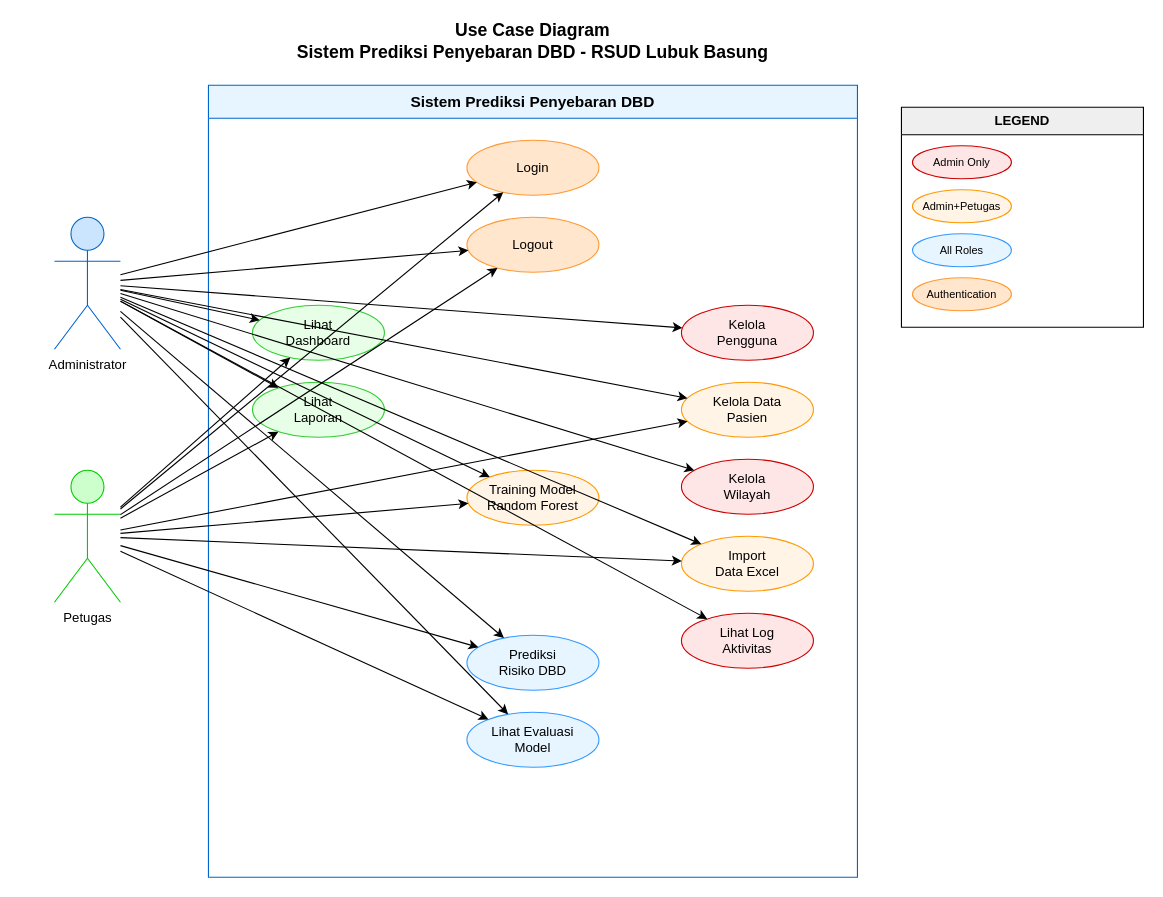
Above: Dokumen/UML/use_case_diagram.drawio in Suwardi87/prediksi-DBD (draw.io), before the change. Source tidied: cells renumbered, new cells numbered last; positions are measured from the earlier drawing's top-left corner, leaving out a move shared by most shapes. Both pictures are drawn from the tidied source at 110%, with x=0, y=0 at pixel (54, 19).
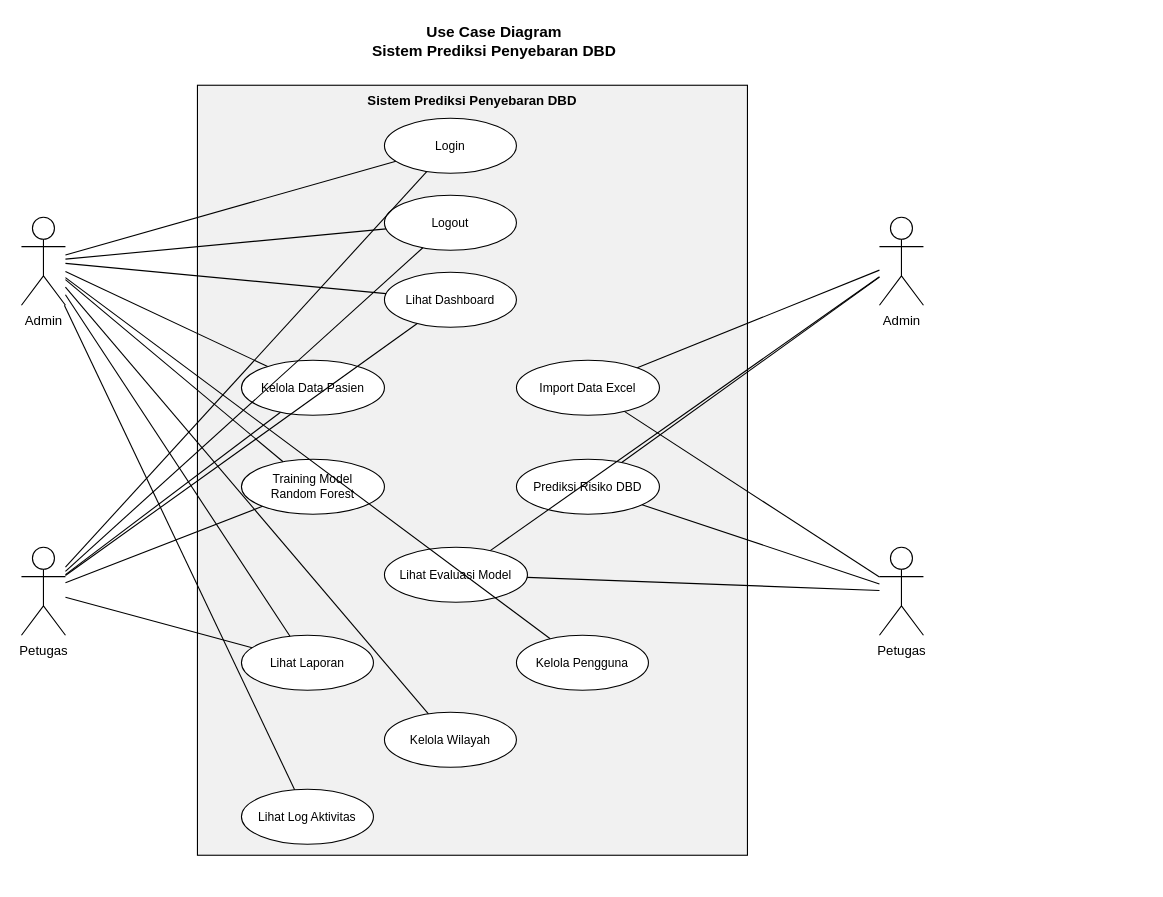
After the change.

The edit, as a diff of the source:
```diff
@@
-    <mxCell id="2" value="Use Case Diagram&#10;Sistem Prediksi Penyebaran DBD - RSUD Lubuk Basung" style="text;html=1;strokeColor=none;fillColor=none;align=center;verticalAlign=middle;whiteSpace=wrap;rounded=0;fontSize=16;fontStyle=1;" parent="1" vertex="1">
-      <mxGeometry x="170" width="530" height="40" as="geometry" />
+    <mxCell id="2" value="Use Case Diagram&#10;Sistem Prediksi Penyebaran DBD" style="text;html=1;strokeColor=none;fillColor=none;align=center;verticalAlign=middle;whiteSpace=wrap;rounded=0;fontSize=14;fontStyle=1;" parent="1" vertex="1">
+      <mxGeometry x="200" width="400" height="40" as="geometry" />
     </mxCell>
-    <mxCell id="3" value="Sistem Prediksi Penyebaran DBD" style="swimlane;whiteSpace=wrap;html=1;startSize=30;fillColor=#E6F5FF;strokeColor=#0066CC;fontSize=14;fontStyle=1;" parent="1" vertex="1">
-      <mxGeometry x="140" y="60" width="590" height="720" as="geometry" />
+    <mxCell id="3" value="Sistem Prediksi Penyebaran DBD" style="rounded=0;whiteSpace=wrap;html=1;fillColor=#F1F1F1;strokeColor=#000000;verticalAlign=top;fontSize=12;fontStyle=1;" parent="1" vertex="1">
+      <mxGeometry x="130" y="60" width="500" height="700" as="geometry" />
     </mxCell>
-    <mxCell id="4" value="Login" style="ellipse;whiteSpace=wrap;html=1;fillColor=#FFE6CC;strokeColor=#FF9933;" parent="3" vertex="1">
-      <mxGeometry x="235" y="50" width="120" height="50" as="geometry" />
+    <mxCell id="4" value="Login" style="ellipse;whiteSpace=wrap;html=1;fillColor=#FFFFFF;strokeColor=#000000;fontSize=11;" parent="1" vertex="1">
+      <mxGeometry x="300" y="90" width="120" height="50" as="geometry" />
     </mxCell>
-    <mxCell id="5" value="Logout" style="ellipse;whiteSpace=wrap;html=1;fillColor=#FFE6CC;strokeColor=#FF9933;" parent="3" vertex="1">
-      <mxGeometry x="235" y="120" width="120" height="50" as="geometry" />
+    <mxCell id="5" value="Logout" style="ellipse;whiteSpace=wrap;html=1;fillColor=#FFFFFF;strokeColor=#000000;fontSize=11;" parent="1" vertex="1">
+      <mxGeometry x="300" y="160" width="120" height="50" as="geometry" />
     </mxCell>
-    <mxCell id="6" value="Lihat&#10;Dashboard" style="ellipse;whiteSpace=wrap;html=1;fillColor=#E6FFE6;strokeColor=#33CC33;" parent="3" vertex="1">
-      <mxGeometry x="40" y="200" width="120" height="50" as="geometry" />
+    <mxCell id="6" value="Lihat Dashboard" style="ellipse;whiteSpace=wrap;html=1;fillColor=#FFFFFF;strokeColor=#000000;fontSize=11;" parent="1" vertex="1">
+      <mxGeometry x="300" y="230" width="120" height="50" as="geometry" />
     </mxCell>
-    <mxCell id="7" value="Lihat&#10;Laporan" style="ellipse;whiteSpace=wrap;html=1;fillColor=#E6FFE6;strokeColor=#33CC33;" parent="3" vertex="1">
-      <mxGeometry x="40" y="270" width="120" height="50" as="geometry" />
-    </mxCell>
-    <mxCell id="8" value="Kelola&#10;Pengguna" style="ellipse;whiteSpace=wrap;html=1;fillColor=#FFE6E6;strokeColor=#CC0000;" parent="3" vertex="1">
-      <mxGeometry x="430" y="200" width="120" height="50" as="geometry" />
-    </mxCell>
-    <mxCell id="9" value="Kelola Data&#10;Pasien" style="ellipse;whiteSpace=wrap;html=1;fillColor=#FFF4E6;strokeColor=#FF9900;" parent="3" vertex="1">
-      <mxGeometry x="430" y="270" width="120" height="50" as="geometry" />
+    <mxCell id="9" value="Kelola Data Pasien" style="ellipse;whiteSpace=wrap;html=1;fillColor=#FFFFFF;strokeColor=#000000;fontSize=11;" parent="1" vertex="1">
+      <mxGeometry x="170" y="310" width="130" height="50" as="geometry" />
     </mxCell>
-    <mxCell id="10" value="Kelola&#10;Wilayah" style="ellipse;whiteSpace=wrap;html=1;fillColor=#FFE6E6;strokeColor=#CC0000;" parent="3" vertex="1">
-      <mxGeometry x="430" y="340" width="120" height="50" as="geometry" />
-    </mxCell>
-    <mxCell id="11" value="Import&#10;Data Excel" style="ellipse;whiteSpace=wrap;html=1;fillColor=#FFF4E6;strokeColor=#FF9900;" parent="3" vertex="1">
-      <mxGeometry x="430" y="410" width="120" height="50" as="geometry" />
+    <mxCell id="11" value="Import Data Excel" style="ellipse;whiteSpace=wrap;html=1;fillColor=#FFFFFF;strokeColor=#000000;fontSize=11;" parent="1" vertex="1">
+      <mxGeometry x="420" y="310" width="130" height="50" as="geometry" />
     </mxCell>
-    <mxCell id="12" value="Training Model&#10;Random Forest" style="ellipse;whiteSpace=wrap;html=1;fillColor=#FFF4E6;strokeColor=#FF9900;" parent="3" vertex="1">
-      <mxGeometry x="235" y="350" width="120" height="50" as="geometry" />
+    <mxCell id="12" value="Training Model&#10;Random Forest" style="ellipse;whiteSpace=wrap;html=1;fillColor=#FFFFFF;strokeColor=#000000;fontSize=11;" parent="1" vertex="1">
+      <mxGeometry x="170" y="400" width="130" height="50" as="geometry" />
     </mxCell>
-    <mxCell id="13" value="Prediksi&#10;Risiko DBD" style="ellipse;whiteSpace=wrap;html=1;fillColor=#E6F5FF;strokeColor=#3399FF;" parent="3" vertex="1">
-      <mxGeometry x="235" y="500" width="120" height="50" as="geometry" />
+    <mxCell id="13" value="Prediksi Risiko DBD" style="ellipse;whiteSpace=wrap;html=1;fillColor=#FFFFFF;strokeColor=#000000;fontSize=11;" parent="1" vertex="1">
+      <mxGeometry x="420" y="400" width="130" height="50" as="geometry" />
     </mxCell>
-    <mxCell id="14" value="Lihat Evaluasi&#10;Model" style="ellipse;whiteSpace=wrap;html=1;fillColor=#E6F5FF;strokeColor=#3399FF;" parent="3" vertex="1">
-      <mxGeometry x="235" y="570" width="120" height="50" as="geometry" />
+    <mxCell id="14" value="Lihat Evaluasi Model" style="ellipse;whiteSpace=wrap;html=1;fillColor=#FFFFFF;strokeColor=#000000;fontSize=11;" parent="1" vertex="1">
+      <mxGeometry x="300" y="480" width="130" height="50" as="geometry" />
     </mxCell>
+    <mxCell id="7" value="Lihat Laporan" style="ellipse;whiteSpace=wrap;html=1;fillColor=#FFFFFF;strokeColor=#000000;fontSize=11;" parent="1" vertex="1">
+      <mxGeometry x="170" y="560" width="120" height="50" as="geometry" />
+    </mxCell>
+    <mxCell id="8" value="Kelola Pengguna" style="ellipse;whiteSpace=wrap;html=1;fillColor=#FFFFFF;strokeColor=#000000;fontSize=11;" parent="1" vertex="1">
+      <mxGeometry x="420" y="560" width="120" height="50" as="geometry" />
+    </mxCell>
+    <mxCell id="10" value="Kelola Wilayah" style="ellipse;whiteSpace=wrap;html=1;fillColor=#FFFFFF;strokeColor=#000000;fontSize=11;" parent="1" vertex="1">
+      <mxGeometry x="300" y="630" width="120" height="50" as="geometry" />
+    </mxCell>
-    <mxCell id="15" value="Lihat Log&#10;Aktivitas" style="ellipse;whiteSpace=wrap;html=1;fillColor=#FFE6E6;strokeColor=#CC0000;" parent="3" vertex="1">
-      <mxGeometry x="430" y="480" width="120" height="50" as="geometry" />
+    <mxCell id="15" value="Lihat Log Aktivitas" style="ellipse;whiteSpace=wrap;html=1;fillColor=#FFFFFF;strokeColor=#000000;fontSize=11;" parent="1" vertex="1">
+      <mxGeometry x="170" y="700" width="120" height="50" as="geometry" />
     </mxCell>
-    <mxCell id="16" value="Administrator" style="shape=umlActor;verticalLabelPosition=bottom;verticalAlign=top;html=1;fillColor=#CCE5FF;strokeColor=#0066CC;" parent="1" vertex="1">
-      <mxGeometry y="180" width="60" height="120" as="geometry" />
+    <mxCell id="16" value="Admin" style="shape=umlActor;verticalLabelPosition=bottom;verticalAlign=top;html=1;fillColor=#FFFFFF;strokeColor=#000000;fontSize=12;" parent="1" vertex="1">
+      <mxGeometry x="-30" y="180" width="40" height="80" as="geometry" />
     </mxCell>
-    <mxCell id="17" value="Petugas" style="shape=umlActor;verticalLabelPosition=bottom;verticalAlign=top;html=1;fillColor=#CCFFCC;strokeColor=#00CC00;" parent="1" vertex="1">
-      <mxGeometry y="410" width="60" height="120" as="geometry" />
+    <mxCell id="17" value="Petugas" style="shape=umlActor;verticalLabelPosition=bottom;verticalAlign=top;html=1;fillColor=#FFFFFF;strokeColor=#000000;fontSize=12;" parent="1" vertex="1">
+      <mxGeometry x="-30" y="480" width="40" height="80" as="geometry" />
     </mxCell>
+    <mxCell id="44" value="Admin" style="shape=umlActor;verticalLabelPosition=bottom;verticalAlign=top;html=1;fillColor=#FFFFFF;strokeColor=#000000;fontSize=12;" parent="1" vertex="1">
+      <mxGeometry x="750" y="180" width="40" height="80" as="geometry" />
+    </mxCell>
+    <mxCell id="45" value="Petugas" style="shape=umlActor;verticalLabelPosition=bottom;verticalAlign=top;html=1;fillColor=#FFFFFF;strokeColor=#000000;fontSize=12;" parent="1" vertex="1">
+      <mxGeometry x="750" y="480" width="40" height="80" as="geometry" />
+    </mxCell>
-    <mxCell id="18" parent="1" edge="1" source="16" target="4">
+    <mxCell id="18" style="endArrow=none;html=1;strokeColor=#000000;" parent="1" edge="1" source="16" target="4">
       <mxGeometry relative="1" as="geometry" />
     </mxCell>
-    <mxCell id="19" parent="1" edge="1" source="16" target="5">
+    <mxCell id="19" style="endArrow=none;html=1;strokeColor=#000000;" parent="1" edge="1" source="16" target="5">
       <mxGeometry relative="1" as="geometry" />
     </mxCell>
-    <mxCell id="20" parent="1" edge="1" source="16" target="6">
+    <mxCell id="20" style="endArrow=none;html=1;strokeColor=#000000;" parent="1" edge="1" source="16" target="6">
       <mxGeometry relative="1" as="geometry" />
     </mxCell>
+    <mxCell id="23" style="endArrow=none;html=1;strokeColor=#000000;" parent="1" edge="1" source="16" target="9">
+      <mxGeometry relative="1" as="geometry" />
+    </mxCell>
+    <mxCell id="26" style="endArrow=none;html=1;strokeColor=#000000;" parent="1" edge="1" source="16" target="12">
+      <mxGeometry relative="1" as="geometry" />
+    </mxCell>
-    <mxCell id="21" parent="1" edge="1" source="16" target="7">
+    <mxCell id="21" style="endArrow=none;html=1;strokeColor=#000000;" parent="1" edge="1" source="16" target="7">
       <mxGeometry relative="1" as="geometry" />
     </mxCell>
-    <mxCell id="22" parent="1" edge="1" source="16" target="8">
+    <mxCell id="22" style="endArrow=none;html=1;strokeColor=#000000;" parent="1" edge="1" source="16" target="8">
       <mxGeometry relative="1" as="geometry" />
     </mxCell>
-    <mxCell id="23" parent="1" edge="1" source="16" target="9">
-      <mxGeometry relative="1" as="geometry" />
-    </mxCell>
-    <mxCell id="24" parent="1" edge="1" source="16" target="10">
+    <mxCell id="24" style="endArrow=none;html=1;strokeColor=#000000;" parent="1" edge="1" source="16" target="10">
       <mxGeometry relative="1" as="geometry" />
     </mxCell>
-    <mxCell id="25" parent="1" edge="1" source="16" target="11">
-      <mxGeometry relative="1" as="geometry" />
-    </mxCell>
-    <mxCell id="26" parent="1" edge="1" source="16" target="12">
-      <mxGeometry relative="1" as="geometry" />
-    </mxCell>
-    <mxCell id="27" parent="1" edge="1" source="16" target="13">
-      <mxGeometry relative="1" as="geometry" />
-    </mxCell>
-    <mxCell id="28" parent="1" edge="1" source="16" target="14">
-      <mxGeometry relative="1" as="geometry" />
-    </mxCell>
-    <mxCell id="29" parent="1" edge="1" source="16" target="15">
+    <mxCell id="29" style="endArrow=none;html=1;strokeColor=#000000;" parent="1" edge="1" source="16" target="15">
       <mxGeometry relative="1" as="geometry" />
     </mxCell>
+    <mxCell id="46" style="endArrow=none;html=1;strokeColor=#000000;" parent="1" edge="1" source="44" target="11">
+      <mxGeometry relative="1" as="geometry" />
+    </mxCell>
+    <mxCell id="47" style="endArrow=none;html=1;strokeColor=#000000;" parent="1" edge="1" source="44" target="13">
+      <mxGeometry relative="1" as="geometry" />
+    </mxCell>
+    <mxCell id="48" style="endArrow=none;html=1;strokeColor=#000000;" parent="1" edge="1" source="44" target="14">
+      <mxGeometry relative="1" as="geometry" />
+    </mxCell>
-    <mxCell id="30" parent="1" edge="1" source="17" target="4">
+    <mxCell id="30" style="endArrow=none;html=1;strokeColor=#000000;" parent="1" edge="1" source="17" target="4">
       <mxGeometry relative="1" as="geometry" />
     </mxCell>
-    <mxCell id="31" parent="1" edge="1" source="17" target="5">
+    <mxCell id="31" style="endArrow=none;html=1;strokeColor=#000000;" parent="1" edge="1" source="17" target="5">
       <mxGeometry relative="1" as="geometry" />
     </mxCell>
-    <mxCell id="32" parent="1" edge="1" source="17" target="6">
+    <mxCell id="32" style="endArrow=none;html=1;strokeColor=#000000;" parent="1" edge="1" source="17" target="6">
       <mxGeometry relative="1" as="geometry" />
     </mxCell>
+    <mxCell id="34" style="endArrow=none;html=1;strokeColor=#000000;" parent="1" edge="1" source="17" target="9">
+      <mxGeometry relative="1" as="geometry" />
+    </mxCell>
+    <mxCell id="36" style="endArrow=none;html=1;strokeColor=#000000;" parent="1" edge="1" source="17" target="12">
+      <mxGeometry relative="1" as="geometry" />
+    </mxCell>
-    <mxCell id="33" parent="1" edge="1" source="17" target="7">
+    <mxCell id="33" style="endArrow=none;html=1;strokeColor=#000000;" parent="1" edge="1" source="17" target="7">
       <mxGeometry relative="1" as="geometry" />
     </mxCell>
-    <mxCell id="34" parent="1" edge="1" source="17" target="9">
-      <mxGeometry relative="1" as="geometry" />
-    </mxCell>
-    <mxCell id="35" parent="1" edge="1" source="17" target="11">
-      <mxGeometry relative="1" as="geometry" />
-    </mxCell>
-    <mxCell id="36" parent="1" edge="1" source="17" target="12">
-      <mxGeometry relative="1" as="geometry" />
-    </mxCell>
-    <mxCell id="37" parent="1" edge="1" source="17" target="13">
-      <mxGeometry relative="1" as="geometry" />
-    </mxCell>
-    <mxCell id="38" parent="1" edge="1" source="17" target="14">
-      <mxGeometry relative="1" as="geometry" />
-    </mxCell>
-    <mxCell id="39" value="LEGEND" style="swimlane;whiteSpace=wrap;html=1;startSize=25;fillColor=#EFEFEF;fontSize=12;fontStyle=1;" parent="1" vertex="1">
-      <mxGeometry x="770" y="80" width="220" height="200" as="geometry" />
-    </mxCell>
-    <mxCell id="40" value="Admin Only" style="ellipse;whiteSpace=wrap;html=1;fillColor=#FFE6E6;strokeColor=#CC0000;fontSize=10;" parent="39" vertex="1">
-      <mxGeometry x="10" y="35" width="90" height="30" as="geometry" />
-    </mxCell>
-    <mxCell id="41" value="Admin+Petugas" style="ellipse;whiteSpace=wrap;html=1;fillColor=#FFF4E6;strokeColor=#FF9900;fontSize=10;" parent="39" vertex="1">
-      <mxGeometry x="10" y="75" width="90" height="30" as="geometry" />
-    </mxCell>
-    <mxCell id="42" value="All Roles" style="ellipse;whiteSpace=wrap;html=1;fillColor=#E6F5FF;strokeColor=#3399FF;fontSize=10;" parent="39" vertex="1">
-      <mxGeometry x="10" y="115" width="90" height="30" as="geometry" />
-    </mxCell>
-    <mxCell id="43" value="Authentication" style="ellipse;whiteSpace=wrap;html=1;fillColor=#FFE6CC;strokeColor=#FF9933;fontSize=10;" parent="39" vertex="1">
-      <mxGeometry x="10" y="155" width="90" height="30" as="geometry" />
-    </mxCell>
+    <mxCell id="49" style="endArrow=none;html=1;strokeColor=#000000;" parent="1" edge="1" source="45" target="11">
+      <mxGeometry relative="1" as="geometry" />
+    </mxCell>
+    <mxCell id="50" style="endArrow=none;html=1;strokeColor=#000000;" parent="1" edge="1" source="45" target="13">
+      <mxGeometry relative="1" as="geometry" />
+    </mxCell>
+    <mxCell id="51" style="endArrow=none;html=1;strokeColor=#000000;" parent="1" edge="1" source="45" target="14">
+      <mxGeometry relative="1" as="geometry" />
+    </mxCell>
```
